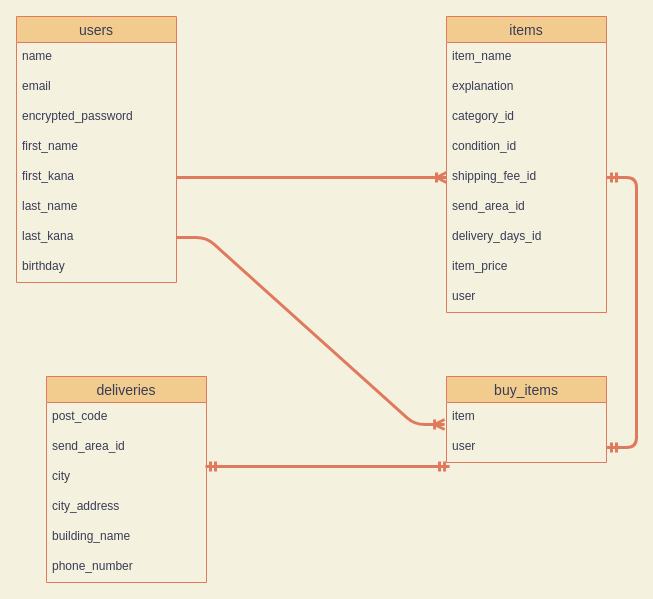
suzukida/furima-36762 keeps this draw.io diagram as .dio. Above is the earlier version. Source tidied: cells renumbered, new cells numbered last; positions are measured from the earlier drawing's top-left corner, leaving out a move shared by most shapes. Both pictures are drawn from the tidied source at 100%, with x=0, y=0 at pixel (16, 16).
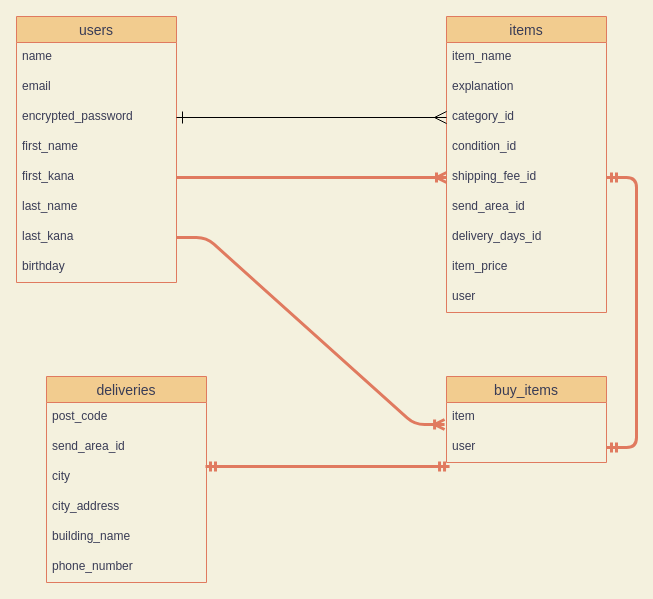
Above is the later version.

The change refers to these unchanged cells:
```xml
<mxCell id="5" value="encrypted_password" style="text;strokeColor=none;fillColor=none;spacingLeft=4;spacingRight=4;overflow=hidden;points=[[0,0.5],[1,0.5]];portConstraint=eastwest;fontSize=12;fontColor=#393C56;" parent="2" vertex="1">
  <mxGeometry y="86" width="160" height="30" as="geometry" />
</mxCell>
<mxCell id="14" value="category_id" style="text;strokeColor=none;fillColor=none;spacingLeft=4;spacingRight=4;overflow=hidden;points=[[0,0.5],[1,0.5]];portConstraint=eastwest;fontSize=12;fontColor=#393C56;" parent="11" vertex="1">
  <mxGeometry y="86" width="160" height="30" as="geometry" />
</mxCell>
```

Change to the diagram source:
```diff
@@
+    <mxCell id="35" style="edgeStyle=orthogonalEdgeStyle;rounded=0;jettySize=auto;html=1;exitX=1;exitY=0.5;exitDx=0;exitDy=0;entryX=0;entryY=0.5;entryDx=0;entryDy=0;startArrow=ERone;startFill=0;endArrow=ERmany;endFill=0;startSize=10;endSize=10;" parent="1" edge="1" source="5" target="14">
+      <mxGeometry relative="1" as="geometry" />
+    </mxCell>
```
